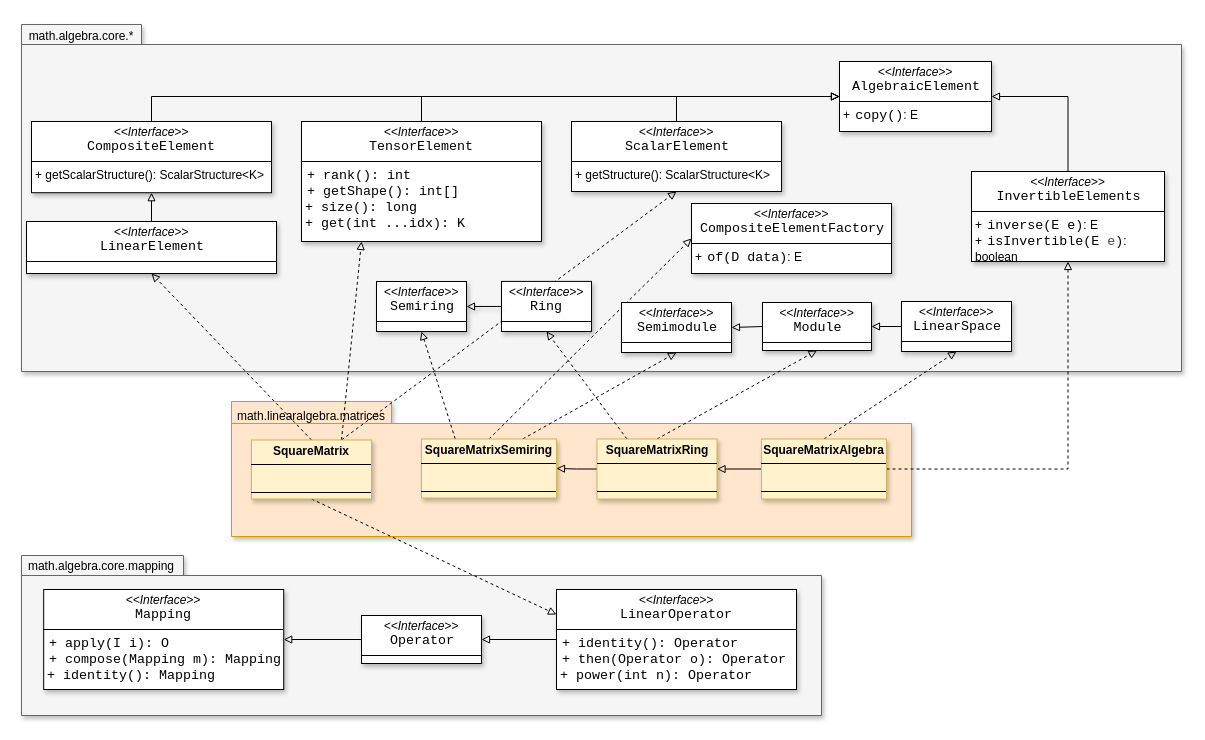
Earlier version of the draw.io diagram page "linearalgebra-squarematrices" (6 of 6) of resources/SMFN.drawio (gom9000/SMFN). Source tidied: cells renumbered, new cells numbered last; positions are measured from the earlier drawing's top-left corner, leaving out a move shared by most shapes. Both pictures are drawn from the tidied source at 100%, with x=0, y=0 at pixel (21, 21).
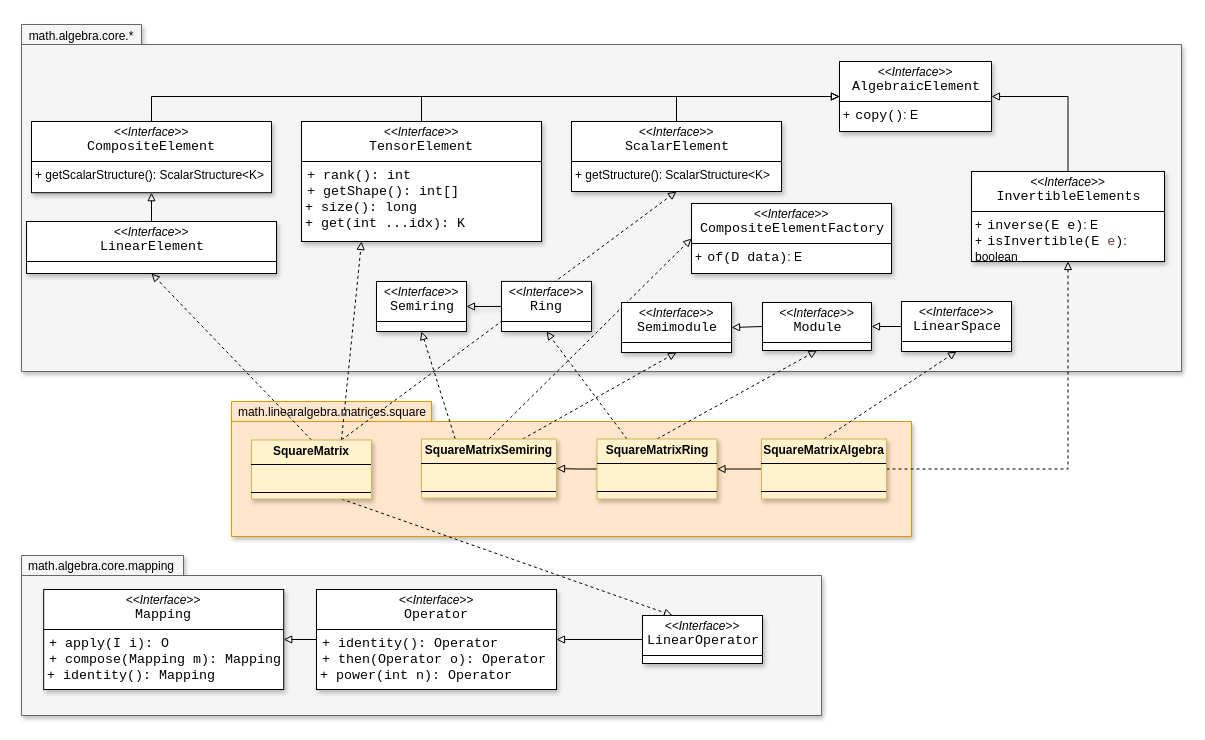
The same diagram, later.

Unchanged cells that the change refers to:
```xml
<mxCell id="9" value="&lt;p style=&quot;margin:0px;margin-top:4px;text-align:center;&quot;&gt;&lt;b&gt;SquareMatrix&lt;/b&gt;&lt;/p&gt;&lt;hr size=&quot;1&quot; style=&quot;border-style:solid;&quot;&gt;&lt;p style=&quot;margin:0px;margin-left:4px;&quot;&gt;&lt;br&gt;&lt;/p&gt;&lt;hr size=&quot;1&quot; style=&quot;border-style:solid;&quot;&gt;&lt;p style=&quot;margin:0px;margin-left:4px;&quot;&gt;&lt;br&gt;&lt;/p&gt;" style="verticalAlign=top;align=left;overflow=fill;html=1;whiteSpace=wrap;fillColor=#fff2cc;strokeColor=#d6b656;labelBackgroundColor=none;shadow=1;" parent="1" vertex="1">
  <mxGeometry x="230" y="418.5" width="120" height="59" as="geometry" />
</mxCell>
<mxCell id="40" value="&lt;p style=&quot;margin:0px;margin-top:4px;text-align:center;&quot;&gt;&lt;i&gt;&amp;lt;&amp;lt;Interface&amp;gt;&amp;gt;&lt;/i&gt;&lt;br&gt;&lt;span style=&quot;font-family: Consolas; font-size: 13.3333px; white-space: pre;&quot;&gt;Mapping&lt;/span&gt;&lt;/p&gt;&lt;hr size=&quot;1&quot; style=&quot;border-style:solid;&quot;&gt;&lt;p style=&quot;margin:0px;margin-left:4px;&quot;&gt;&lt;/p&gt;&lt;p style=&quot;margin:0px;margin-left:4px;&quot;&gt;&lt;span style=&quot;background-color:#ffffff;padding:0px 0px 0px 2px;&quot;&gt;&lt;span style=&quot;font-family: Consolas; font-size: 10pt; white-space-collapse: preserve;&quot;&gt;+ apply(I i): O&lt;/span&gt;&lt;/span&gt;&lt;/p&gt;&lt;p style=&quot;margin:0px;margin-left:4px;&quot;&gt;&lt;span style=&quot;background-color:#ffffff;padding:0px 0px 0px 2px;&quot;&gt;&lt;span style=&quot;font-family: Consolas; font-size: 10pt; white-space-collapse: preserve;&quot;&gt;+ &lt;/span&gt;&lt;/span&gt;&lt;span style=&quot;font-family: Consolas; font-size: 10pt; white-space-collapse: preserve; background-color: rgb(255, 255, 255); color: light-dark(rgb(0, 0, 0), rgb(255, 255, 255));&quot;&gt;compose(Mapping m): Mapping&lt;/span&gt;&lt;/p&gt;&lt;p style=&quot;margin:0px;margin-left:4px;&quot;&gt;&lt;span style=&quot;font-family: Consolas; font-size: 10pt; white-space-collapse: preserve; background-color: rgb(255, 255, 255); color: light-dark(rgb(0, 0, 0), rgb(255, 255, 255));&quot;&gt;&lt;span style=&quot;font-size: 13.3333px;&quot;&gt;+ identity(): Mapping&lt;/span&gt;&lt;/span&gt;&lt;/p&gt;" style="verticalAlign=top;align=left;overflow=fill;html=1;whiteSpace=wrap;labelBackgroundColor=none;shadow=1;" parent="1" vertex="1">
  <mxGeometry x="22.2" y="568" width="240" height="100" as="geometry" />
</mxCell>
```

The edit, as a diff of the source:
```diff
@@
-    <mxCell id="4" style="shape=folder;fontStyle=1;spacingTop=10;tabWidth=160;tabHeight=22;tabPosition=left;html=1;whiteSpace=wrap;fillColor=#ffe6cc;strokeColor=#d79b00;shadow=1;" parent="1" vertex="1">
+    <mxCell id="4" style="shape=folder;fontStyle=1;spacingTop=10;tabWidth=200;tabHeight=20;tabPosition=left;html=1;whiteSpace=wrap;fillColor=#ffe6cc;strokeColor=#d79b00;shadow=1;" parent="1" vertex="1">
       <mxGeometry x="210" y="380" width="680" height="135" as="geometry" />
     </mxCell>
@@
-    <mxCell id="7" style="rounded=0;jettySize=auto;html=1;exitX=0.5;exitY=1;exitDx=0;exitDy=0;entryX=0;entryY=0.25;entryDx=0;entryDy=0;dashed=1;strokeColor=default;align=center;verticalAlign=middle;fontFamily=Helvetica;fontSize=11;fontColor=default;labelBackgroundColor=default;endArrow=block;endFill=0;" parent="1" edge="1" source="9" target="42">
+    <mxCell id="7" style="rounded=0;jettySize=auto;html=1;exitX=0.75;exitY=1;exitDx=0;exitDy=0;entryX=0.25;entryY=0;entryDx=0;entryDy=0;dashed=1;strokeColor=default;align=center;verticalAlign=middle;fontFamily=Helvetica;fontSize=11;fontColor=default;labelBackgroundColor=default;endArrow=block;endFill=0;" parent="1" edge="1" source="9" target="51">
       <mxGeometry relative="1" as="geometry" />
     </mxCell>
@@
-    <mxCell id="10" value="math.linearalgebra.matrices" style="text;html=1;whiteSpace=wrap;strokeColor=none;fillColor=none;align=center;verticalAlign=middle;rounded=0;shadow=1;" parent="1" vertex="1">
-      <mxGeometry x="210" y="380" width="160" height="30" as="geometry" />
+    <mxCell id="10" value="math.linearalgebra.matrices.square" style="text;html=1;whiteSpace=wrap;strokeColor=none;fillColor=none;align=center;verticalAlign=middle;rounded=0;shadow=1;" parent="1" vertex="1">
+      <mxGeometry x="206" y="376" width="210" height="30" as="geometry" />
     </mxCell>
@@
-    <mxCell id="38" style="edgeStyle=orthogonalEdgeStyle;rounded=0;jettySize=auto;html=1;exitX=0;exitY=0.5;exitDx=0;exitDy=0;entryX=1;entryY=0.5;entryDx=0;entryDy=0;strokeColor=default;align=center;verticalAlign=middle;fontFamily=Helvetica;fontSize=11;fontColor=default;labelBackgroundColor=default;endArrow=block;endFill=0;" parent="1" edge="1" source="39" target="40">
+    <mxCell id="38" style="edgeStyle=orthogonalEdgeStyle;rounded=0;jettySize=auto;html=1;exitX=0;exitY=0.5;exitDx=0;exitDy=0;entryX=1;entryY=0.5;entryDx=0;entryDy=0;strokeColor=default;align=center;verticalAlign=middle;fontFamily=Helvetica;fontSize=11;fontColor=default;labelBackgroundColor=default;endArrow=block;endFill=0;" parent="1" edge="1" source="50" target="40">
       <mxGeometry relative="1" as="geometry" />
     </mxCell>
-    <mxCell id="39" value="&lt;p style=&quot;margin:0px;margin-top:4px;text-align:center;&quot;&gt;&lt;i&gt;&amp;lt;&amp;lt;Interface&amp;gt;&amp;gt;&lt;/i&gt;&lt;br&gt;&lt;span style=&quot;padding: 0px 0px 0px 2px;&quot;&gt;&lt;span style=&quot;font-family: Consolas; font-size: 10pt; white-space: pre;&quot;&gt;&lt;span style=&quot;&quot;&gt;Operator&lt;/span&gt;&lt;/span&gt;&lt;/span&gt;&lt;/p&gt;&lt;hr size=&quot;1&quot; style=&quot;border-style:solid;&quot;&gt;&lt;p style=&quot;margin:0px;margin-left:4px;&quot;&gt;&lt;/p&gt;&lt;p style=&quot;margin:0px;margin-left:4px;&quot;&gt;&lt;br&gt;&lt;/p&gt;&lt;p style=&quot;margin:0px;margin-left:4px;&quot;&gt;&lt;span style=&quot;color: light-dark(rgb(0, 0, 0), rgb(255, 255, 255)); font-family: Consolas; font-size: 10pt; white-space: pre;&quot;&gt;&lt;br&gt;&lt;/span&gt;&lt;/p&gt;" style="verticalAlign=top;align=left;overflow=fill;html=1;whiteSpace=wrap;labelBackgroundColor=none;shadow=1;" parent="1" vertex="1">
-      <mxGeometry x="340" y="594" width="120" height="48" as="geometry" />
-    </mxCell>
@@
-    <mxCell id="41" style="edgeStyle=orthogonalEdgeStyle;rounded=0;jettySize=auto;html=1;exitX=0;exitY=0.5;exitDx=0;exitDy=0;entryX=1;entryY=0.5;entryDx=0;entryDy=0;strokeColor=default;align=center;verticalAlign=middle;fontFamily=Helvetica;fontSize=11;fontColor=default;labelBackgroundColor=default;endArrow=block;endFill=0;" parent="1" edge="1" source="42" target="39">
+    <mxCell id="41" style="edgeStyle=orthogonalEdgeStyle;rounded=0;jettySize=auto;html=1;exitX=0;exitY=0.5;exitDx=0;exitDy=0;entryX=1;entryY=0.5;entryDx=0;entryDy=0;strokeColor=default;align=center;verticalAlign=middle;fontFamily=Helvetica;fontSize=11;fontColor=default;labelBackgroundColor=default;endArrow=block;endFill=0;" parent="1" edge="1" source="51" target="50">
       <mxGeometry relative="1" as="geometry" />
     </mxCell>
-    <mxCell id="42" value="&lt;p style=&quot;margin:0px;margin-top:4px;text-align:center;&quot;&gt;&lt;i&gt;&amp;lt;&amp;lt;Interface&amp;gt;&amp;gt;&lt;/i&gt;&lt;br&gt;&lt;span style=&quot;font-family: Consolas; font-size: 13.3333px; white-space: pre;&quot;&gt;LinearOperator&lt;/span&gt;&lt;/p&gt;&lt;hr size=&quot;1&quot; style=&quot;border-style:solid;&quot;&gt;&lt;p style=&quot;margin:0px;margin-left:4px;&quot;&gt;&lt;/p&gt;&lt;p style=&quot;margin:0px;margin-left:4px;&quot;&gt;&lt;span style=&quot;background-color:#ffffff;padding:0px 0px 0px 2px;&quot;&gt;&lt;span style=&quot;font-family: Consolas; font-size: 10pt; white-space-collapse: preserve;&quot;&gt;+ identity(): Operator&lt;/span&gt;&lt;/span&gt;&lt;/p&gt;&lt;p style=&quot;margin:0px;margin-left:4px;&quot;&gt;&lt;span style=&quot;background-color:#ffffff;padding:0px 0px 0px 2px;&quot;&gt;&lt;span style=&quot;font-family: Consolas; font-size: 10pt; white-space-collapse: preserve;&quot;&gt;+ &lt;/span&gt;&lt;/span&gt;&lt;span style=&quot;font-family: Consolas; font-size: 10pt; white-space-collapse: preserve; background-color: rgb(255, 255, 255); color: light-dark(rgb(0, 0, 0), rgb(255, 255, 255));&quot;&gt;then(Operator o): Operator&lt;/span&gt;&lt;/p&gt;&lt;p style=&quot;margin:0px;margin-left:4px;&quot;&gt;&lt;span style=&quot;font-family: Consolas; font-size: 10pt; white-space-collapse: preserve; background-color: rgb(255, 255, 255); color: light-dark(rgb(0, 0, 0), rgb(255, 255, 255));&quot;&gt;&lt;span style=&quot;font-size: 13.3333px;&quot;&gt;+ power(int n): Operator&lt;/span&gt;&lt;/span&gt;&lt;/p&gt;" style="verticalAlign=top;align=left;overflow=fill;html=1;whiteSpace=wrap;labelBackgroundColor=none;shadow=1;" parent="1" vertex="1">
-      <mxGeometry x="535" y="568" width="240" height="100" as="geometry" />
-    </mxCell>
@@
+    <mxCell id="50" value="&lt;p style=&quot;margin:0px;margin-top:4px;text-align:center;&quot;&gt;&lt;i&gt;&amp;lt;&amp;lt;Interface&amp;gt;&amp;gt;&lt;/i&gt;&lt;br&gt;&lt;span style=&quot;font-family: Consolas; font-size: 13.3333px; white-space: pre;&quot;&gt;Operator&lt;/span&gt;&lt;/p&gt;&lt;hr size=&quot;1&quot; style=&quot;border-style:solid;&quot;&gt;&lt;p style=&quot;margin:0px;margin-left:4px;&quot;&gt;&lt;/p&gt;&lt;p style=&quot;margin:0px;margin-left:4px;&quot;&gt;&lt;span style=&quot;background-color:#ffffff;padding:0px 0px 0px 2px;&quot;&gt;&lt;span style=&quot;font-family: Consolas; font-size: 10pt; white-space-collapse: preserve;&quot;&gt;+ identity(): Operator&lt;/span&gt;&lt;/span&gt;&lt;/p&gt;&lt;p style=&quot;margin:0px;margin-left:4px;&quot;&gt;&lt;span style=&quot;background-color:#ffffff;padding:0px 0px 0px 2px;&quot;&gt;&lt;span style=&quot;font-family: Consolas; font-size: 10pt; white-space-collapse: preserve;&quot;&gt;+ &lt;/span&gt;&lt;/span&gt;&lt;span style=&quot;font-family: Consolas; font-size: 10pt; white-space-collapse: preserve; background-color: rgb(255, 255, 255); color: light-dark(rgb(0, 0, 0), rgb(255, 255, 255));&quot;&gt;then(Operator o): Operator&lt;/span&gt;&lt;/p&gt;&lt;p style=&quot;margin:0px;margin-left:4px;&quot;&gt;&lt;span style=&quot;font-family: Consolas; font-size: 10pt; white-space-collapse: preserve; background-color: rgb(255, 255, 255); color: light-dark(rgb(0, 0, 0), rgb(255, 255, 255));&quot;&gt;&lt;span style=&quot;font-size: 13.3333px;&quot;&gt;+ power(int n): Operator&lt;/span&gt;&lt;/span&gt;&lt;/p&gt;" style="verticalAlign=top;align=left;overflow=fill;html=1;whiteSpace=wrap;labelBackgroundColor=none;shadow=1;" parent="1" vertex="1">
+      <mxGeometry x="295" y="568" width="240" height="100" as="geometry" />
+    </mxCell>
+    <mxCell id="51" value="&lt;p style=&quot;margin:0px;margin-top:4px;text-align:center;&quot;&gt;&lt;i&gt;&amp;lt;&amp;lt;Interface&amp;gt;&amp;gt;&lt;/i&gt;&lt;br&gt;&lt;span style=&quot;padding: 0px 0px 0px 2px;&quot;&gt;&lt;span style=&quot;font-family: Consolas; font-size: 10pt; white-space: pre;&quot;&gt;&lt;span style=&quot;&quot;&gt;LinearOperator&lt;/span&gt;&lt;/span&gt;&lt;/span&gt;&lt;/p&gt;&lt;hr size=&quot;1&quot; style=&quot;border-style:solid;&quot;&gt;&lt;p style=&quot;margin:0px;margin-left:4px;&quot;&gt;&lt;/p&gt;&lt;p style=&quot;margin:0px;margin-left:4px;&quot;&gt;&lt;br&gt;&lt;/p&gt;&lt;p style=&quot;margin:0px;margin-left:4px;&quot;&gt;&lt;span style=&quot;color: light-dark(rgb(0, 0, 0), rgb(255, 255, 255)); font-family: Consolas; font-size: 10pt; white-space: pre;&quot;&gt;&lt;br&gt;&lt;/span&gt;&lt;/p&gt;" style="verticalAlign=top;align=left;overflow=fill;html=1;whiteSpace=wrap;labelBackgroundColor=none;shadow=1;" parent="1" vertex="1">
+      <mxGeometry x="621" y="594" width="120" height="48" as="geometry" />
+    </mxCell>
```
